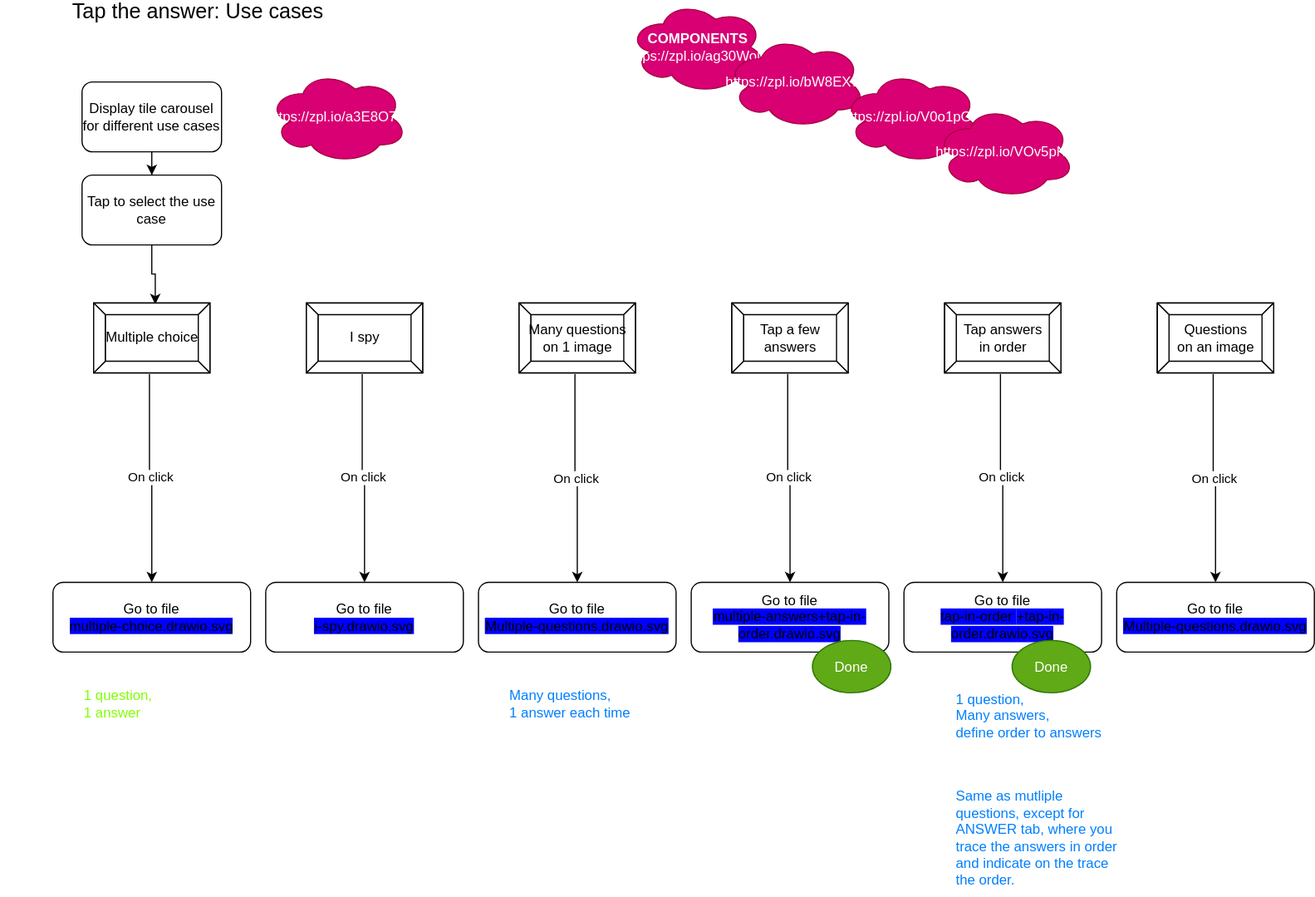
Before: modules/Tap the answer (Ask a question)/tap-the-answer-main.drawio.svg, a diagram exported from draw.io (ji-devs/ji-cloud-flowcharts). Source tidied: cells renumbered, new cells last; positions are measured from the earlier drawing's top-left corner, leaving out a move shared by most shapes.
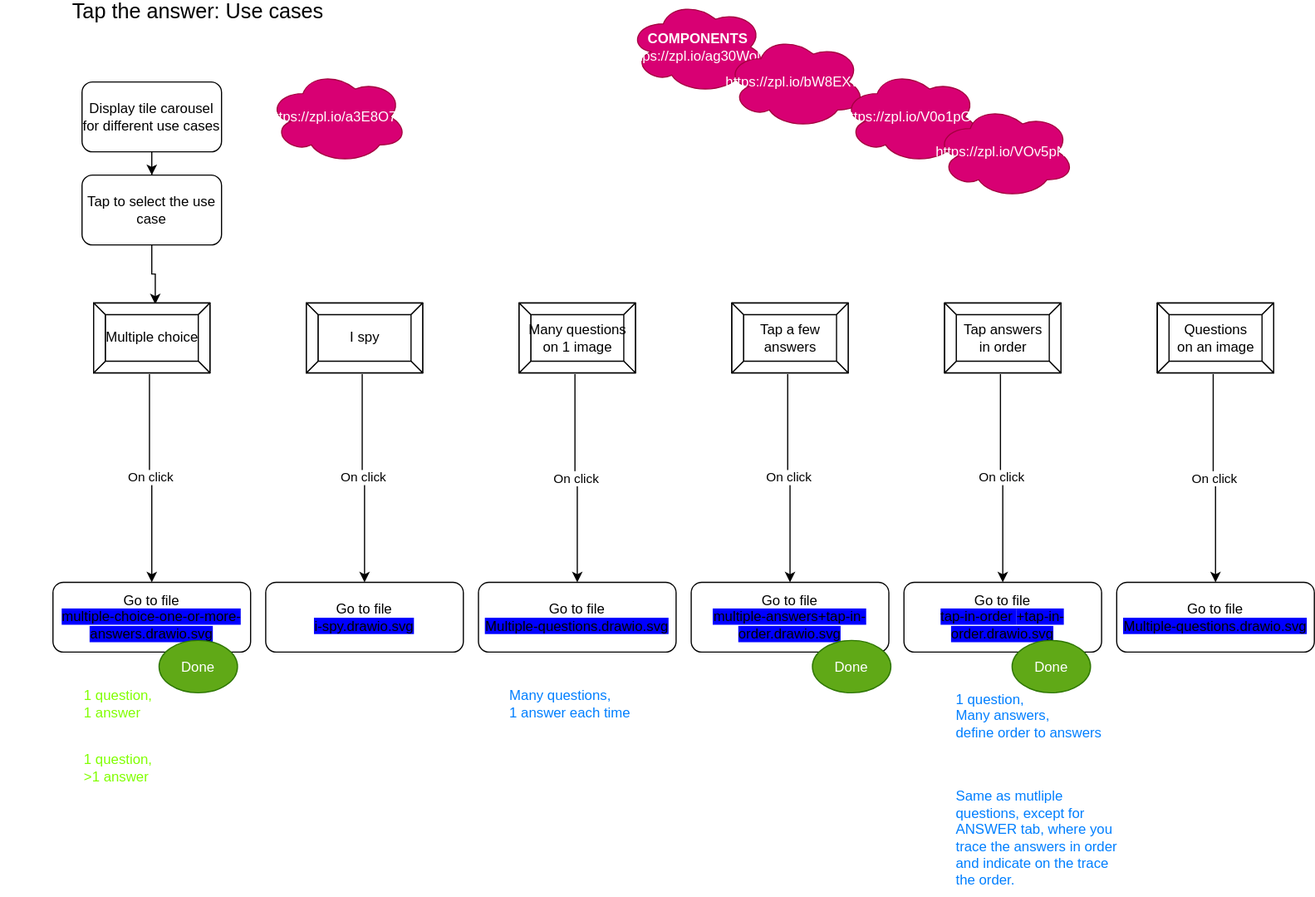
After the change.

The edit, as a diff of the source:
```diff
@@ -26,7 +26,7 @@
     <mxCell id="9" value="Multiple choice" style="labelPosition=center;verticalLabelPosition=middle;align=center;html=1;shape=mxgraph.basic.button;dx=10;" parent="8" vertex="1">
       <mxGeometry x="35" width="100" height="60" as="geometry" />
     </mxCell>
-    <mxCell id="10" value="Go to file &lt;br&gt;&lt;span style=&quot;background-color: rgb(0 , 0 , 255)&quot;&gt;multiple-choice.drawio.svg&lt;/span&gt;" style="whiteSpace=wrap;html=1;rounded=1;" parent="8" vertex="1">
+    <mxCell id="10" value="Go to file &lt;br&gt;&lt;span style=&quot;background-color: rgb(0 , 0 , 255)&quot;&gt;multiple-choice-one-or-more-answers.drawio.svg&lt;/span&gt;" style="whiteSpace=wrap;html=1;rounded=1;" parent="8" vertex="1">
       <mxGeometry y="240" width="170" height="60" as="geometry" />
     </mxCell>
     <mxCell id="11" value="On click" style="edgeStyle=orthogonalEdgeStyle;rounded=0;jettySize=auto;html=1;exitX=0.48;exitY=1.017;exitDx=0;exitDy=0;exitPerimeter=0;entryX=0.5;entryY=0;entryDx=0;entryDy=0;" parent="8" edge="1" source="9" target="10">
@@ -134,5 +134,11 @@
     <mxCell id="45" value="Done" style="ellipse;whiteSpace=wrap;html=1;fillColor=#60a917;strokeColor=#2D7600;fontColor=#ffffff;" parent="1" vertex="1">
       <mxGeometry x="870" y="550" width="67.5" height="45" as="geometry" />
     </mxCell>
+    <mxCell id="46" value="Done" style="ellipse;whiteSpace=wrap;html=1;fillColor=#60a917;strokeColor=#2D7600;fontColor=#ffffff;" parent="1" vertex="1">
+      <mxGeometry x="136.2" y="550" width="67.5" height="45" as="geometry" />
+    </mxCell>
+    <mxCell id="47" value="1 question,&lt;br&gt;&amp;gt;1 answer" style="text;html=1;strokeColor=none;fillColor=none;align=left;verticalAlign=middle;whiteSpace=wrap;rounded=0;fontColor=#80FF00;" parent="1" vertex="1">
+      <mxGeometry x="70" y="650" width="120" height="20" as="geometry" />
+    </mxCell>
   </root>
 </mxGraphModel>
```
